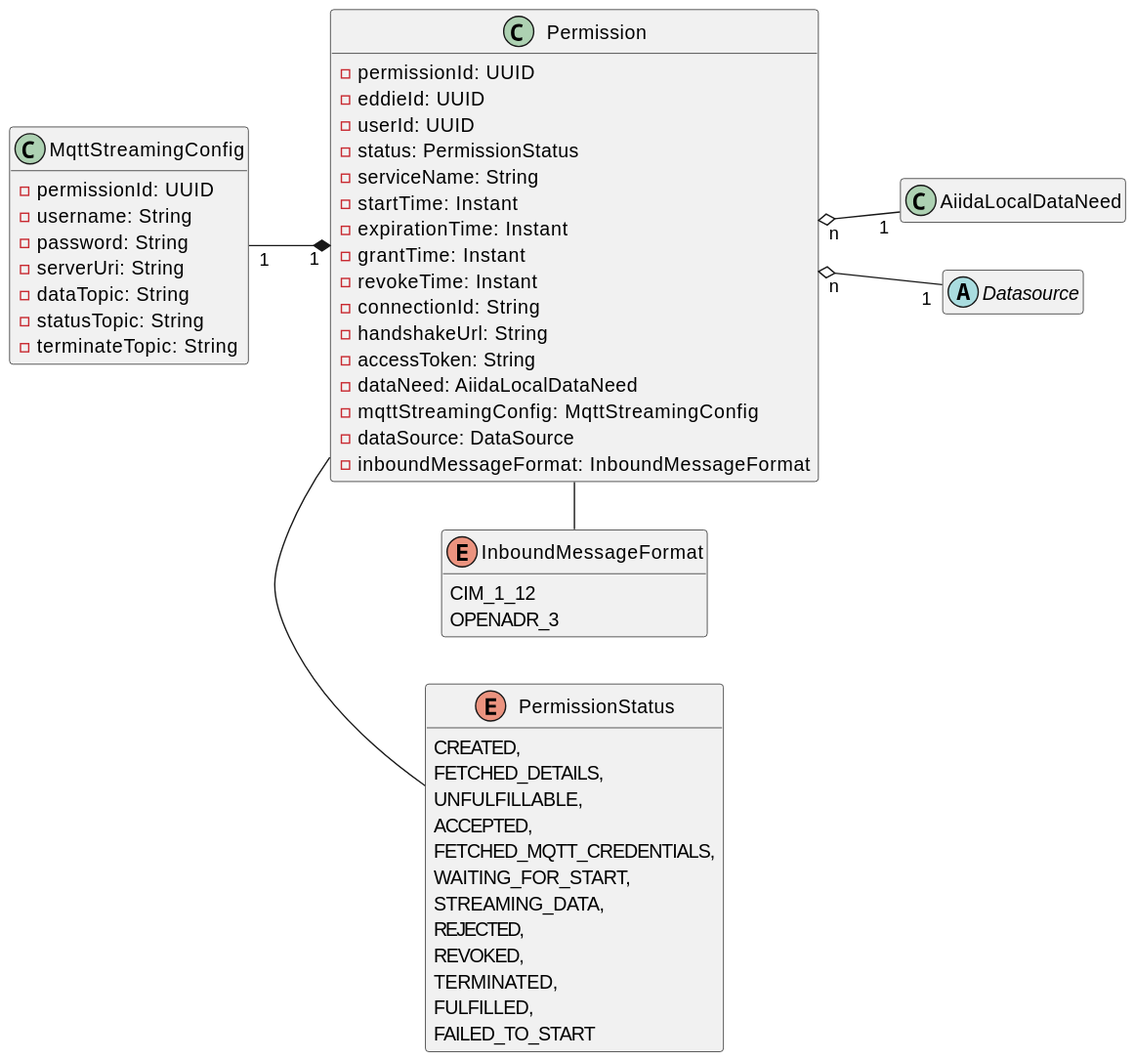
Before: aiida/docs/diagrams/aiida-class-diagram-permission.svg, a diagram exported from PlantUML (eddie-energy/eddie). Its diagram source:
```plantuml
@startuml

hide empty members
left to right direction

class Permission {
    - permissionId: UUID
    - eddieId: UUID
    - userId: UUID
    - status: PermissionStatus
    - serviceName: String
    - startTime: Instant
    - expirationTime: Instant
    - grantTime: Instant
    - revokeTime: Instant
    - connectionId: String
    - handshakeUrl: String
    - accessToken: String
    - dataNeed: AiidaLocalDataNeed
    - mqttStreamingConfig: MqttStreamingConfig
    - dataSource: DataSource
    - inboundMessageFormat: InboundMessageFormat
}

class AiidaLocalDataNeed {
}

abstract class Datasource {}

class MqttStreamingConfig {
    - permissionId: UUID
    - username: String
    - password: String
    - serverUri: String
    - dataTopic: String
    - statusTopic: String
    - terminateTopic: String
}

enum PermissionStatus {
    CREATED,
    FETCHED_DETAILS,
    UNFULFILLABLE,
    ACCEPTED,
    FETCHED_MQTT_CREDENTIALS,
    WAITING_FOR_START,
    STREAMING_DATA,
    REJECTED,
    REVOKED,
    TERMINATED,
    FULFILLED,
    FAILED_TO_START
}

enum InboundMessageFormat {
    CIM_1_12
    OPENADR_3
}

Permission "n" o-- "1" AiidaLocalDataNeed
Permission - PermissionStatus
Permission - InboundMessageFormat
Permission "1" *-up- "1" MqttStreamingConfig
Permission "n" o-- "1" Datasource
@enduml
```
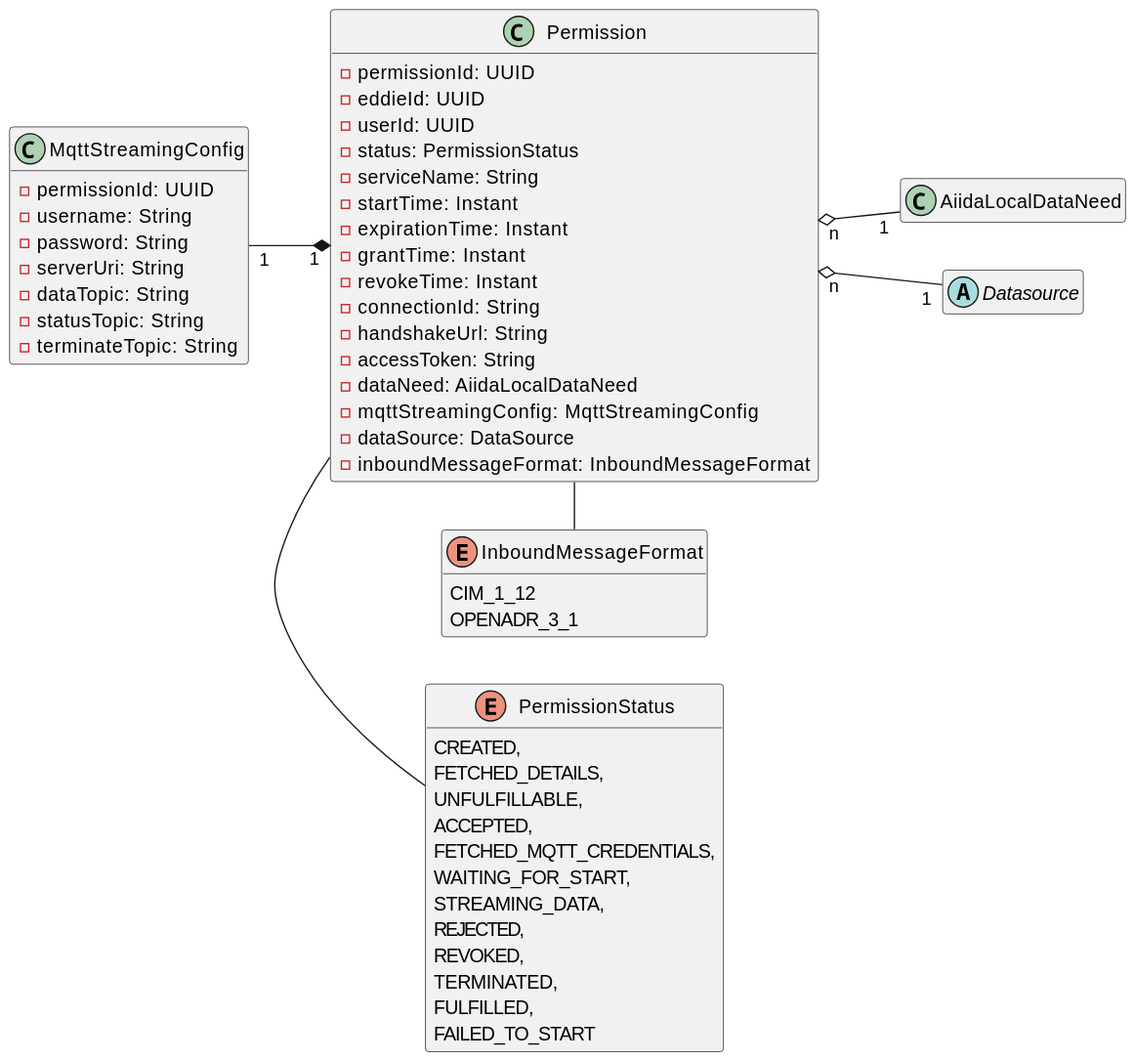
After the change.

Diff of the diagram source:
```diff
@@ -54,7 +54,7 @@
 
 enum InboundMessageFormat {
     CIM_1_12
-    OPENADR_3
+    OPENADR_3_1
 }
 
 Permission "n" o-- "1" AiidaLocalDataNeed
```
